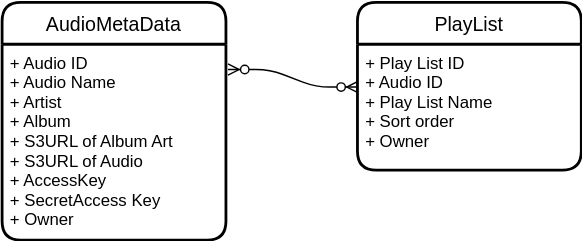
Before: docs/db/ER-diagrams.drawio.svg, a diagram exported from draw.io (joe-king-sh/bucketify). Source tidied: cells renumbered, new cells last; positions are measured from the earlier drawing's top-left corner, leaving out a move shared by most shapes. Its diagram source:
```xml
<mxGraphModel>
  <root>
    <mxCell id="0" />
    <mxCell id="1" parent="0" />
    <mxCell id="2" value="AudioMetaData" style="swimlane;horizontal=1;startSize=30;rounded=1;fontSize=14;fontStyle=0;strokeWidth=2;shadow=0;dashed=0;align=center;" parent="1" vertex="1">
      <mxGeometry width="160" height="170" as="geometry" />
    </mxCell>
    <mxCell id="3" value="+ Audio ID&#10;+ Audio Name&#10;+ Artist&#10;+ Album&#10;+ S3URL of Album Art&#10;+ S3URL of Audio&#10;+ AccessKey&#10;+ SecretAccess Key&#10;+ Owner&#10;" style="align=left;strokeColor=none;fillColor=none;spacingLeft=4;fontSize=12;verticalAlign=top;" parent="2" vertex="1">
      <mxGeometry y="30" width="160" height="140" as="geometry" />
    </mxCell>
    <mxCell id="4" value="PlayList" style="swimlane;horizontal=1;startSize=30;rounded=1;fontSize=14;fontStyle=0;strokeWidth=2;shadow=0;dashed=0;align=center;" parent="1" vertex="1">
      <mxGeometry x="254" width="160" height="120" as="geometry" />
    </mxCell>
    <mxCell id="5" value="+ Play List ID&#10;+ Audio ID&#10;+ Play List Name&#10;+ Sort order&#10;+ Owner&#10;&#10;" style="align=left;strokeColor=none;fillColor=none;spacingLeft=4;fontSize=12;verticalAlign=top;" parent="4" vertex="1">
      <mxGeometry y="30" width="160" height="90" as="geometry" />
    </mxCell>
    <mxCell id="6" style="edgeStyle=entityRelationEdgeStyle;fontSize=12;html=1;endArrow=ERzeroToMany;endFill=1;startArrow=ERzeroToMany;exitX=1.009;exitY=0.129;exitDx=0;exitDy=0;exitPerimeter=0;entryX=0.002;entryY=0.34;entryDx=0;entryDy=0;entryPerimeter=0;" parent="1" edge="1" source="3" target="5">
      <mxGeometry relative="1" as="geometry" />
    </mxCell>
  </root>
</mxGraphModel>
```
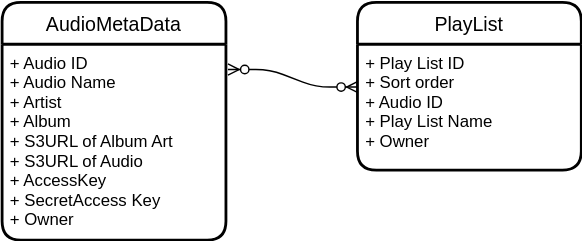
Above is the later version.

Commit message:
Making scheme design of dynamodb...

What changed in the source:
```diff
@@ -11,7 +11,7 @@
     <mxCell id="4" value="PlayList" style="swimlane;horizontal=1;startSize=30;rounded=1;fontSize=14;fontStyle=0;strokeWidth=2;shadow=0;dashed=0;align=center;" parent="1" vertex="1">
       <mxGeometry x="254" width="160" height="120" as="geometry" />
     </mxCell>
-    <mxCell id="5" value="+ Play List ID&#10;+ Audio ID&#10;+ Play List Name&#10;+ Sort order&#10;+ Owner&#10;&#10;" style="align=left;strokeColor=none;fillColor=none;spacingLeft=4;fontSize=12;verticalAlign=top;" parent="4" vertex="1">
+    <mxCell id="5" value="+ Play List ID&#10;+ Sort order&#10;+ Audio ID&#10;+ Play List Name&#10;+ Owner&#10;&#10;" style="align=left;strokeColor=none;fillColor=none;spacingLeft=4;fontSize=12;verticalAlign=top;" parent="4" vertex="1">
       <mxGeometry y="30" width="160" height="90" as="geometry" />
     </mxCell>
     <mxCell id="6" style="edgeStyle=entityRelationEdgeStyle;fontSize=12;html=1;endArrow=ERzeroToMany;endFill=1;startArrow=ERzeroToMany;exitX=1.009;exitY=0.129;exitDx=0;exitDy=0;exitPerimeter=0;entryX=0.002;entryY=0.34;entryDx=0;entryDy=0;entryPerimeter=0;" parent="1" edge="1" source="3" target="5">
```
